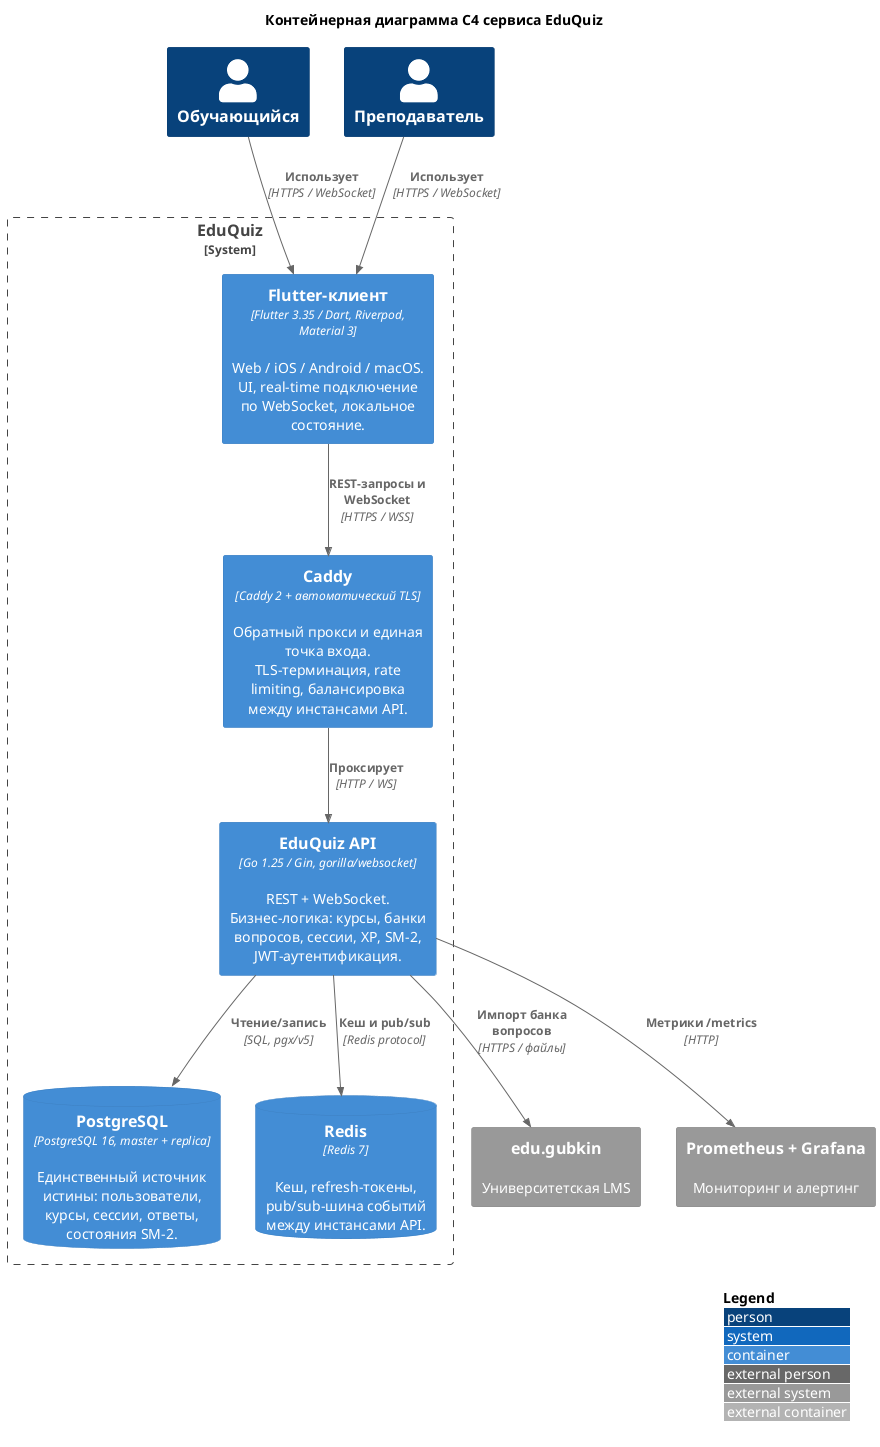
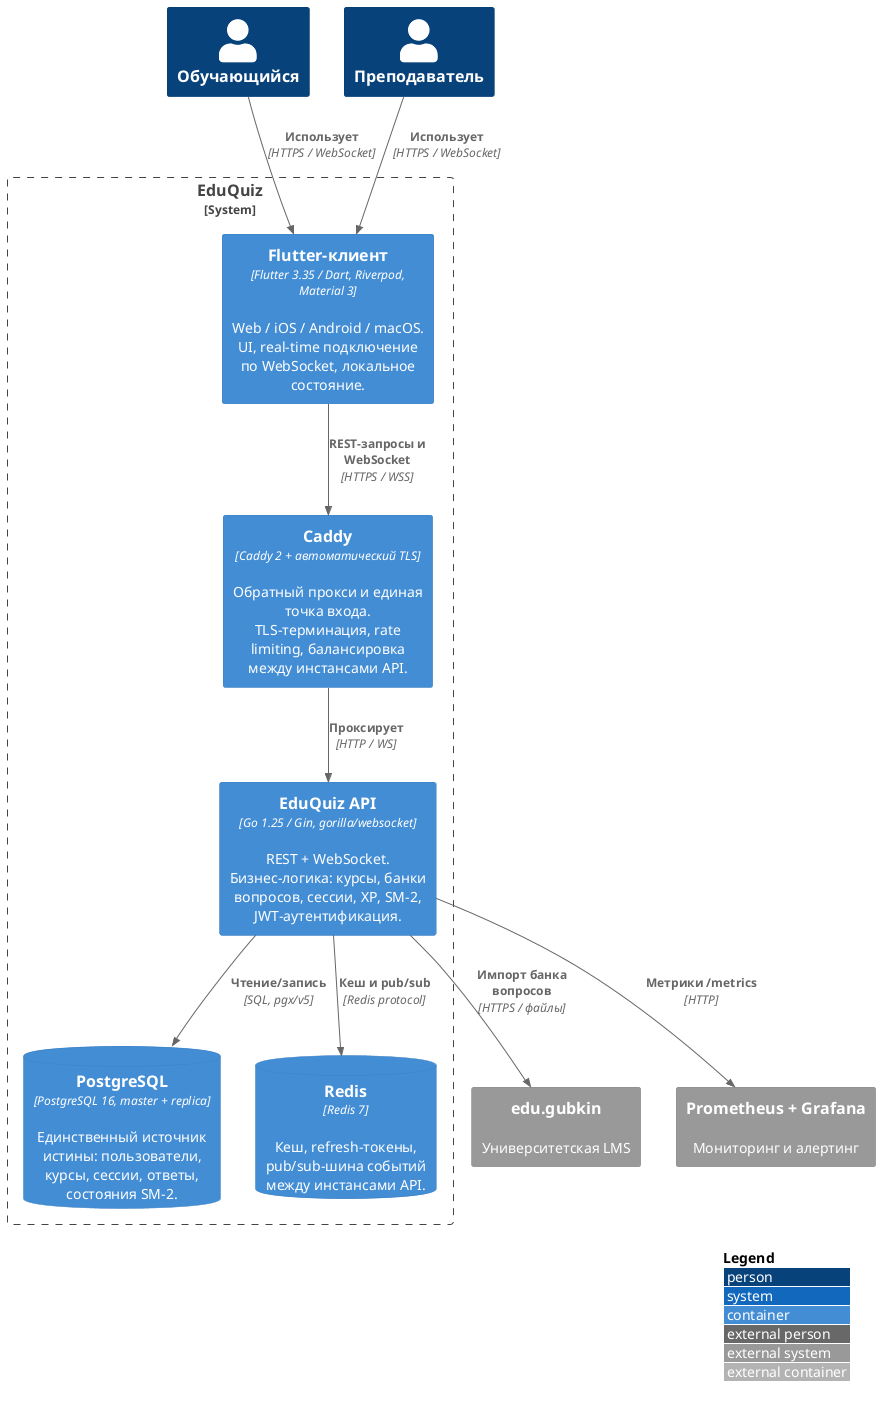
@startuml c4-containers
!include <C4/C4_Container>
- 
- title Контейнерная диаграмма C4 сервиса EduQuiz

LAYOUT_WITH_LEGEND()

Person(student, "Обучающийся")
Person(teacher, "Преподаватель")

System_Boundary(eq, "EduQuiz") {
    Container(client, "Flutter-клиент", "Flutter 3.35 / Dart, Riverpod, Material 3", "Web / iOS / Android / macOS. UI, real-time подключение по WebSocket, локальное состояние.")
    Container(caddy,  "Caddy", "Caddy 2 + автоматический TLS", "Обратный прокси и единая точка входа. TLS-терминация, rate limiting, балансировка между инстансами API.")
    Container(api,    "EduQuiz API", "Go 1.25 / Gin, gorilla/websocket", "REST + WebSocket. Бизнес-логика: курсы, банки вопросов, сессии, XP, SM-2, JWT-аутентификация.")
    ContainerDb(pg,   "PostgreSQL", "PostgreSQL 16, master + replica", "Единственный источник истины: пользователи, курсы, сессии, ответы, состояния SM-2.")
    ContainerDb(redis,"Redis", "Redis 7", "Кеш, refresh-токены, pub/sub-шина событий между инстансами API.")
}

System_Ext(edugubkin, "edu.gubkin", "Университетская LMS")
System_Ext(prom, "Prometheus + Grafana", "Мониторинг и алертинг")

Rel(student, client, "Использует", "HTTPS / WebSocket")
Rel(teacher, client, "Использует", "HTTPS / WebSocket")
Rel(client,  caddy,  "REST-запросы и WebSocket", "HTTPS / WSS")
Rel(caddy,   api,    "Проксирует", "HTTP / WS")
Rel(api,     pg,     "Чтение/запись", "SQL, pgx/v5")
Rel(api,     redis,  "Кеш и pub/sub", "Redis protocol")
Rel(api,     edugubkin, "Импорт банка вопросов", "HTTPS / файлы")
Rel(api,     prom,   "Метрики /metrics", "HTTP")

@enduml
